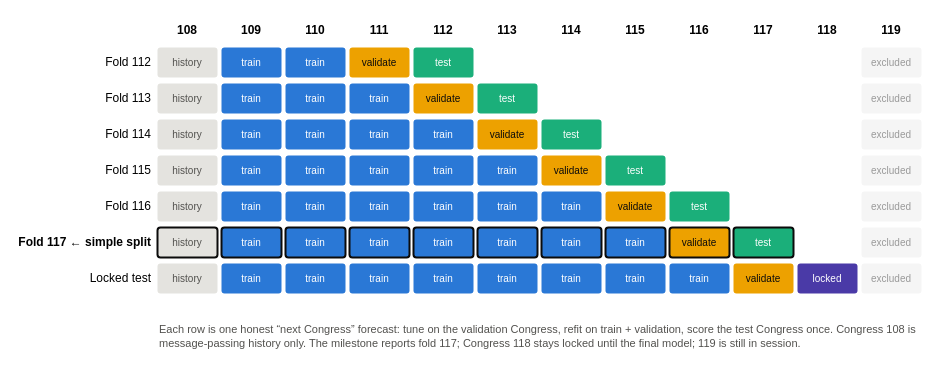
Before: docs/figures/fig_rolling_split.drawio in AlexRivas502/cs224w-bill-cosponsor-prediction, a draw.io diagram. Source tidied: cells renumbered, new cells numbered last; positions are measured from the earlier drawing's top-left corner, leaving out a move shared by most shapes. Both pictures are drawn from the tidied source at 100%, with x=0, y=0 at pixel (17, 17).
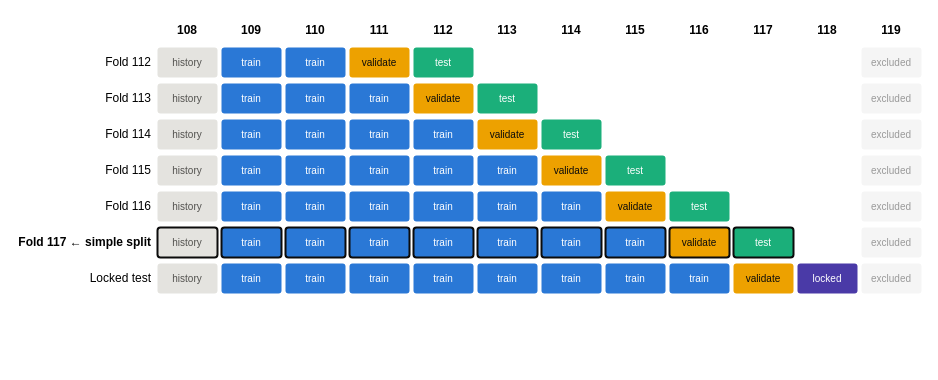
Above is the later version.

Diff of the diagram source:
```diff
@@
-    <mxCell id="84" value="Each row is one honest “next Congress” forecast: tune on the validation Congress, refit on train + validation, score the test Congress once. Congress 108 is message-passing history only. The milestone reports fold 117; Congress 118 stays locked until the final model; 119 is still in session." style="text;html=1;whiteSpace=wrap;align=center;verticalAlign=middle;fontSize=11;align=left;fontSize=11;fontColor=#52514e;" parent="1" vertex="1">
-      <mxGeometry x="140" y="292" width="764" height="54" as="geometry" />
-    </mxCell>
```
